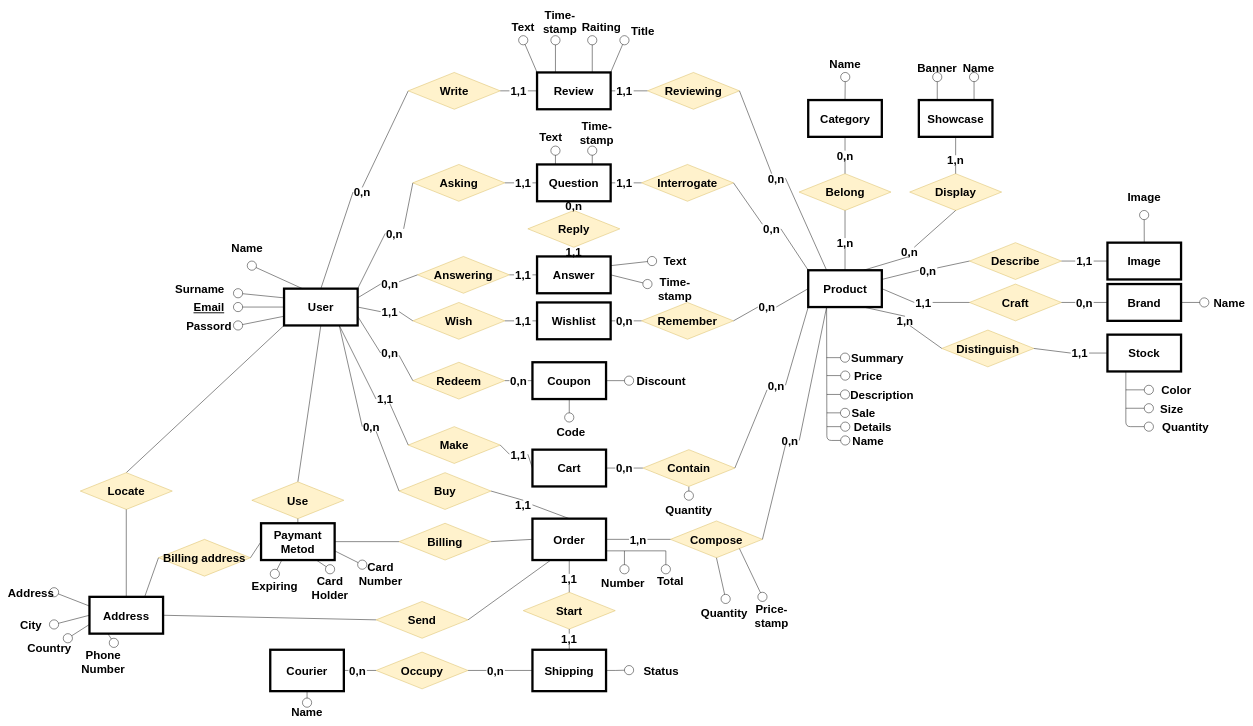
Coccio98/Tecnologie-del-web keeps this draw.io diagram as Tecnologie del web.drawio. Above is the earlier version. Source tidied: cells renumbered, new cells numbered last; positions are measured from the earlier drawing's top-left corner, leaving out a move shared by most shapes. Both pictures are drawn from the tidied source at 46%, with x=0, y=0 at pixel (22, 17).
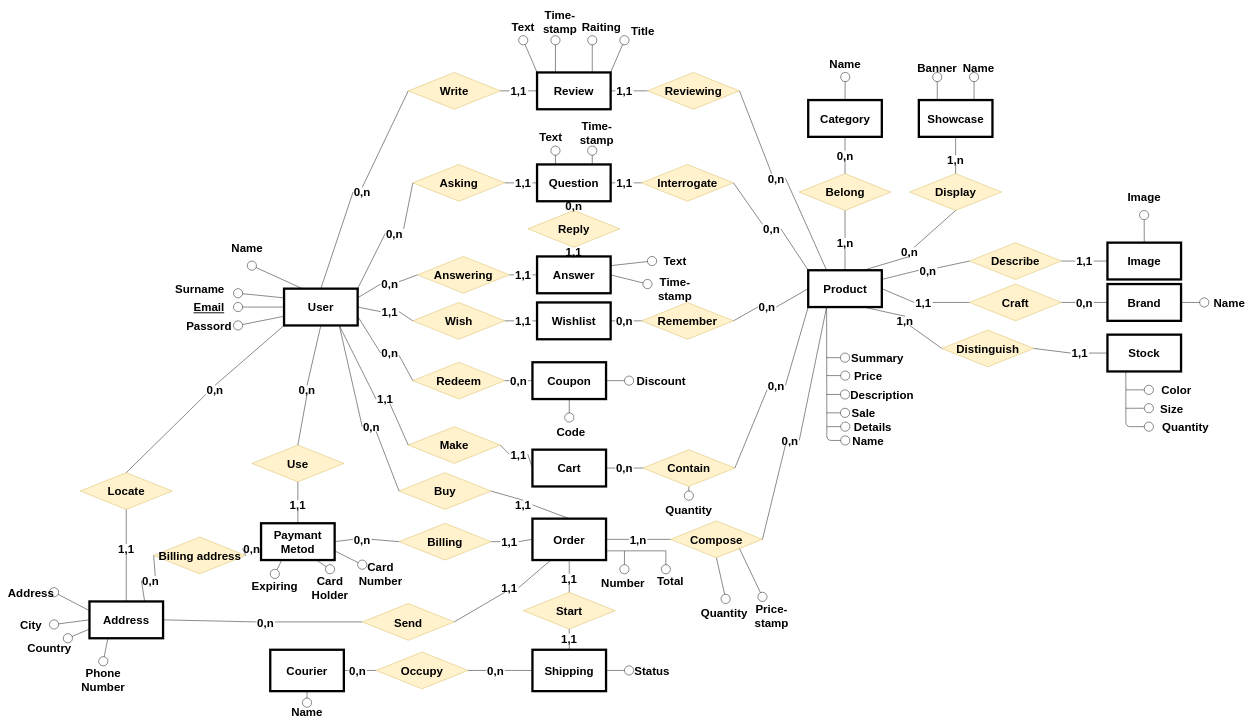
The same page after the edit.

The change refers to these unchanged cells:
```xml
<mxCell id="2" value="User" style="rounded=0;whiteSpace=wrap;html=1;fontSize=25;fontStyle=1;strokeWidth=5;" parent="1" vertex="1">
  <mxGeometry x="570" y="590" width="160" height="80" as="geometry" />
</mxCell>
<mxCell id="14" value="Paymant Metod" style="rounded=0;whiteSpace=wrap;html=1;fontSize=25;fontStyle=1;strokeWidth=5;" parent="1" vertex="1">
  <mxGeometry x="520" y="1100" width="160" height="80" as="geometry" />
</mxCell>
<mxCell id="17" value="Order" style="rounded=0;whiteSpace=wrap;html=1;fontSize=25;fontStyle=1;strokeWidth=5;" parent="1" vertex="1">
  <mxGeometry x="1110" y="1090" width="160" height="90" as="geometry" />
</mxCell>
<mxCell id="39" value="Shipping" style="rounded=0;whiteSpace=wrap;html=1;fontSize=25;fontStyle=1;strokeWidth=5;" parent="1" vertex="1">
  <mxGeometry x="1110" y="1375" width="160" height="90" as="geometry" />
</mxCell>
<mxCell id="67" value="Billing" style="rhombus;whiteSpace=wrap;html=1;fontSize=25;fontStyle=1;fillColor=#fff2cc;strokeColor=#d6b656;" parent="1" vertex="1">
  <mxGeometry x="820" y="1100" width="200" height="80" as="geometry" />
</mxCell>
<mxCell id="69" value="Locate" style="rhombus;whiteSpace=wrap;html=1;fontSize=25;fontStyle=1;fillColor=#fff2cc;strokeColor=#d6b656;" parent="1" vertex="1">
  <mxGeometry x="127" y="990" width="200" height="80" as="geometry" />
</mxCell>
```

Diff of the diagram source:
```diff
@@
     <mxCell id="12" value="Address" style="rounded=0;whiteSpace=wrap;html=1;fontSize=25;fontStyle=1;strokeWidth=5;" parent="1" vertex="1">
-      <mxGeometry x="147" y="1260" width="160" height="80" as="geometry" />
+      <mxGeometry x="147" y="1270" width="160" height="80" as="geometry" />
     </mxCell>
-    <mxCell id="13" style="endArrow=none;html=1;entryX=0;entryY=1;entryDx=0;entryDy=0;exitX=0.5;exitY=0;exitDx=0;exitDy=0;fontSize=25;fontStyle=1;" parent="1" edge="1" source="69" target="2">
+    <mxCell id="13" style="endArrow=none;html=1;entryX=0;entryY=1;entryDx=0;entryDy=0;exitX=0.5;exitY=0;exitDx=0;exitDy=0;fontSize=25;fontStyle=1;" parent="1" edge="1" source="267" target="2">
       <mxGeometry relative="1" as="geometry" />
     </mxCell>
@@
-    <mxCell id="15" style="endArrow=none;html=1;entryX=0.5;entryY=1;entryDx=0;entryDy=0;exitX=0.5;exitY=0;exitDx=0;exitDy=0;fontSize=25;fontStyle=1;" parent="1" edge="1" source="65" target="2">
+    <mxCell id="15" style="endArrow=none;html=1;entryX=0.5;entryY=1;entryDx=0;entryDy=0;exitX=0.5;exitY=0;exitDx=0;exitDy=0;fontSize=25;fontStyle=1;" parent="1" edge="1" source="263" target="2">
       <mxGeometry relative="1" as="geometry" />
     </mxCell>
@@
-    <mxCell id="19" style="endArrow=none;html=1;exitX=1;exitY=0.5;exitDx=0;exitDy=0;entryX=0;entryY=0.5;entryDx=0;entryDy=0;fontSize=25;fontStyle=1;" parent="1" edge="1" source="67" target="17">
+    <mxCell id="19" style="endArrow=none;html=1;exitX=1;exitY=0.5;exitDx=0;exitDy=0;entryX=0;entryY=0.5;entryDx=0;entryDy=0;fontSize=25;fontStyle=1;" parent="1" edge="1" source="259" target="17">
       <mxGeometry relative="1" as="geometry" />
     </mxCell>
-    <mxCell id="20" style="endArrow=none;html=1;exitX=1;exitY=0.5;exitDx=0;exitDy=0;fontSize=25;fontStyle=1;entryX=0.25;entryY=1;entryDx=0;entryDy=0;" parent="1" edge="1" source="71" target="17">
+    <mxCell id="20" style="endArrow=none;html=1;exitX=1;exitY=0.5;exitDx=0;exitDy=0;fontSize=25;fontStyle=1;entryX=0.25;entryY=1;entryDx=0;entryDy=0;" parent="1" edge="1" source="273" target="17">
       <mxGeometry relative="1" as="geometry" />
     </mxCell>
@@
-    <mxCell id="38" style="edgeStyle=orthogonalEdgeStyle;rounded=0;jettySize=auto;html=1;exitX=1;exitY=0.5;exitDx=0;exitDy=0;startArrow=none;startFill=0;startSize=6;endArrow=oval;endFill=0;endSize=20;strokeColor=#000000;fontSize=25;fontColor=#000000;fontStyle=1;" parent="1" edge="1" source="39">
-      <mxGeometry relative="1" as="geometry">
-        <mxPoint x="1320" y="1419.3" as="targetPoint" />
-      </mxGeometry>
-    </mxCell>
@@
     <mxCell id="65" value="Use" style="rhombus;whiteSpace=wrap;html=1;fontSize=25;fontStyle=1;fillColor=#fff2cc;strokeColor=#d6b656;" parent="1" vertex="1">
-      <mxGeometry x="500" y="1010" width="200" height="80" as="geometry" />
+      <mxGeometry x="500" y="930" width="200" height="80" as="geometry" />
     </mxCell>
-    <mxCell id="66" style="endArrow=none;html=1;entryX=0.5;entryY=1;entryDx=0;entryDy=0;exitX=0.5;exitY=0;exitDx=0;exitDy=0;fontSize=25;fontStyle=1;fillColor=#fff2cc;strokeColor=#000000;fontColor=#000000;" parent="1" edge="1" source="14" target="65">
+    <mxCell id="66" style="endArrow=none;html=1;entryX=0.5;entryY=1;entryDx=0;entryDy=0;exitX=0.5;exitY=0;exitDx=0;exitDy=0;fontSize=25;fontStyle=1;fillColor=#fff2cc;strokeColor=#000000;fontColor=#000000;" parent="1" edge="1" source="265" target="65">
       <mxGeometry relative="1" as="geometry" />
     </mxCell>
@@
-    <mxCell id="68" style="endArrow=none;html=1;exitX=1;exitY=0.5;exitDx=0;exitDy=0;entryX=0;entryY=0.5;entryDx=0;entryDy=0;fontSize=25;fontStyle=1;" parent="1" edge="1" source="14" target="67">
+    <mxCell id="68" style="endArrow=none;html=1;exitX=1;exitY=0.5;exitDx=0;exitDy=0;entryX=0;entryY=0.5;entryDx=0;entryDy=0;fontSize=25;fontStyle=1;" parent="1" edge="1" source="261" target="67">
       <mxGeometry relative="1" as="geometry" />
     </mxCell>
@@
-    <mxCell id="70" style="endArrow=none;html=1;entryX=0.5;entryY=1;entryDx=0;entryDy=0;exitX=0.5;exitY=0;exitDx=0;exitDy=0;fontSize=25;fontStyle=1;" parent="1" edge="1" source="12" target="69">
+    <mxCell id="70" style="endArrow=none;html=1;entryX=0.5;entryY=1;entryDx=0;entryDy=0;exitX=0.5;exitY=0;exitDx=0;exitDy=0;fontSize=25;fontStyle=1;" parent="1" edge="1" source="269" target="69">
       <mxGeometry relative="1" as="geometry" />
     </mxCell>
     <mxCell id="71" value="Send" style="rhombus;whiteSpace=wrap;html=1;fontSize=25;fontStyle=1;fillColor=#fff2cc;strokeColor=#d6b656;" parent="1" vertex="1">
-      <mxGeometry x="770" y="1270" width="200" height="80" as="geometry" />
+      <mxGeometry x="740" y="1274.5" width="200" height="80" as="geometry" />
     </mxCell>
-    <mxCell id="72" style="endArrow=none;html=1;exitX=1;exitY=0.5;exitDx=0;exitDy=0;entryX=0;entryY=0.5;entryDx=0;entryDy=0;fontSize=25;fontStyle=1;" parent="1" edge="1" source="12" target="71">
+    <mxCell id="72" style="endArrow=none;html=1;exitX=1;exitY=0.5;exitDx=0;exitDy=0;entryX=0;entryY=0.5;entryDx=0;entryDy=0;fontSize=25;fontStyle=1;" parent="1" edge="1" source="271" target="71">
       <mxGeometry relative="1" as="geometry" />
     </mxCell>
@@
-    <mxCell id="122" style="endArrow=none;html=1;fontSize=25;startArrow=oval;startFill=0;startSize=20;entryX=0.25;entryY=1;entryDx=0;entryDy=0;fontStyle=1;" parent="1" edge="1" target="12">
-      <mxGeometry relative="1" as="geometry">
-        <mxPoint x="200" y="1360" as="sourcePoint" />
-      </mxGeometry>
+    <mxCell id="122" style="endArrow=none;html=1;fontSize=25;startArrow=oval;startFill=0;startSize=20;entryX=0.25;entryY=1;entryDx=0;entryDy=0;fontStyle=1;exitX=0.5;exitY=0;exitDx=0;exitDy=0;" parent="1" edge="1" source="125" target="12">
+      <mxGeometry relative="1" as="geometry" />
     </mxCell>
@@
     <mxCell id="125" value="Phone Number" style="text;html=1;strokeColor=none;fillColor=none;align=center;verticalAlign=middle;whiteSpace=wrap;rounded=0;fontSize=25;fontColor=#000000;fontStyle=1;" parent="1" vertex="1">
-      <mxGeometry x="157" y="1390" width="40" height="20" as="geometry" />
+      <mxGeometry x="157" y="1400" width="40" height="80" as="geometry" />
     </mxCell>
@@
     <mxCell id="132" value="Billing address" style="rhombus;whiteSpace=wrap;html=1;fontSize=25;fontStyle=1;fillColor=#fff2cc;strokeColor=#d6b656;" parent="1" vertex="1">
-      <mxGeometry x="297" y="1135" width="200" height="80" as="geometry" />
+      <mxGeometry x="286.5" y="1130" width="200" height="80" as="geometry" />
     </mxCell>
-    <mxCell id="133" style="endArrow=none;html=1;strokeColor=#000000;fontSize=25;fontColor=#000000;entryX=0;entryY=0.5;entryDx=0;entryDy=0;exitX=1;exitY=0.5;exitDx=0;exitDy=0;fontStyle=1;" parent="1" edge="1" source="132" target="14">
+    <mxCell id="133" style="endArrow=none;html=1;strokeColor=#000000;fontSize=25;fontColor=#000000;entryX=0;entryY=0.5;entryDx=0;entryDy=0;exitX=1;exitY=0.5;exitDx=0;exitDy=0;fontStyle=1;" parent="1" edge="1" source="275" target="14">
       <mxGeometry relative="1" as="geometry" />
     </mxCell>
-    <mxCell id="134" style="endArrow=none;html=1;strokeColor=#000000;fontSize=25;fontColor=#000000;entryX=0;entryY=0.5;entryDx=0;entryDy=0;exitX=0.75;exitY=0;exitDx=0;exitDy=0;fontStyle=1;" parent="1" edge="1" source="12" target="132">
+    <mxCell id="134" style="endArrow=none;html=1;strokeColor=#000000;fontSize=25;fontColor=#000000;entryX=0;entryY=0.5;entryDx=0;entryDy=0;exitX=0.75;exitY=0;exitDx=0;exitDy=0;fontStyle=1;" parent="1" edge="1" source="277" target="132">
       <mxGeometry relative="1" as="geometry" />
     </mxCell>
     <mxCell id="135" value="Status" style="text;html=1;strokeColor=none;fillColor=none;align=center;verticalAlign=middle;whiteSpace=wrap;rounded=0;fontSize=25;fontStyle=1;" parent="1" vertex="1">
-      <mxGeometry x="1370" y="1410" width="40" height="20" as="geometry" />
+      <mxGeometry x="1320" y="1410" width="100" height="20" as="geometry" />
     </mxCell>
@@
+    <mxCell id="259" value="1,1" style="text;html=1;strokeColor=none;fillColor=none;align=center;verticalAlign=middle;whiteSpace=wrap;rounded=0;fontSize=25;fontStyle=1;" parent="1" vertex="1">
+      <mxGeometry x="1040" y="1130" width="40" height="20" as="geometry" />
+    </mxCell>
+    <mxCell id="260" style="endArrow=none;html=1;exitX=1;exitY=0.5;exitDx=0;exitDy=0;entryX=0;entryY=0.5;entryDx=0;entryDy=0;fontSize=25;fontStyle=1;" parent="1" edge="1" source="67" target="259">
+      <mxGeometry relative="1" as="geometry" />
+    </mxCell>
+    <mxCell id="261" value="0,n" style="text;html=1;strokeColor=none;fillColor=none;align=center;verticalAlign=middle;whiteSpace=wrap;rounded=0;fontSize=25;fontStyle=1;" parent="1" vertex="1">
+      <mxGeometry x="720" y="1125" width="40" height="20" as="geometry" />
+    </mxCell>
+    <mxCell id="262" style="endArrow=none;html=1;exitX=1;exitY=0.5;exitDx=0;exitDy=0;entryX=0;entryY=0.5;entryDx=0;entryDy=0;fontSize=25;fontStyle=1;" parent="1" edge="1" source="14" target="261">
+      <mxGeometry relative="1" as="geometry" />
+    </mxCell>
+    <mxCell id="263" value="0,n" style="text;html=1;strokeColor=none;fillColor=none;align=center;verticalAlign=middle;whiteSpace=wrap;rounded=0;fontSize=25;fontStyle=1;" parent="1" vertex="1">
+      <mxGeometry x="600" y="800" width="40" height="20" as="geometry" />
+    </mxCell>
+    <mxCell id="264" style="endArrow=none;html=1;entryX=0.5;entryY=1;entryDx=0;entryDy=0;exitX=0.5;exitY=0;exitDx=0;exitDy=0;fontSize=25;fontStyle=1;" parent="1" edge="1" source="65" target="263">
+      <mxGeometry relative="1" as="geometry" />
+    </mxCell>
+    <mxCell id="265" value="1,1" style="text;html=1;strokeColor=none;fillColor=none;align=center;verticalAlign=middle;whiteSpace=wrap;rounded=0;fontSize=25;fontStyle=1;" parent="1" vertex="1">
+      <mxGeometry x="580" y="1050" width="40" height="20" as="geometry" />
+    </mxCell>
+    <mxCell id="266" style="endArrow=none;html=1;entryX=0.5;entryY=1;entryDx=0;entryDy=0;exitX=0.5;exitY=0;exitDx=0;exitDy=0;fontSize=25;fontStyle=1;fillColor=#fff2cc;strokeColor=#000000;fontColor=#000000;" parent="1" edge="1" source="14" target="265">
+      <mxGeometry relative="1" as="geometry" />
+    </mxCell>
+    <mxCell id="267" value="0,n" style="text;html=1;strokeColor=none;fillColor=none;align=center;verticalAlign=middle;whiteSpace=wrap;rounded=0;fontSize=25;fontStyle=1;" parent="1" vertex="1">
+      <mxGeometry x="400" y="800" width="40" height="20" as="geometry" />
+    </mxCell>
+    <mxCell id="268" style="endArrow=none;html=1;entryX=0;entryY=1;entryDx=0;entryDy=0;exitX=0.5;exitY=0;exitDx=0;exitDy=0;fontSize=25;fontStyle=1;" parent="1" edge="1" source="69" target="267">
+      <mxGeometry relative="1" as="geometry" />
+    </mxCell>
+    <mxCell id="269" value="1,1" style="text;html=1;strokeColor=none;fillColor=none;align=center;verticalAlign=middle;whiteSpace=wrap;rounded=0;fontSize=25;fontStyle=1;" parent="1" vertex="1">
+      <mxGeometry x="207" y="1145" width="40" height="20" as="geometry" />
+    </mxCell>
+    <mxCell id="270" style="endArrow=none;html=1;entryX=0.5;entryY=1;entryDx=0;entryDy=0;exitX=0.5;exitY=0;exitDx=0;exitDy=0;fontSize=25;fontStyle=1;" parent="1" edge="1" source="12" target="269">
+      <mxGeometry relative="1" as="geometry" />
+    </mxCell>
+    <mxCell id="271" value="0,n" style="text;html=1;strokeColor=none;fillColor=none;align=center;verticalAlign=middle;whiteSpace=wrap;rounded=0;fontSize=25;fontStyle=1;" parent="1" vertex="1">
+      <mxGeometry x="510" y="1304.5" width="40" height="20" as="geometry" />
+    </mxCell>
+    <mxCell id="272" style="endArrow=none;html=1;exitX=1;exitY=0.5;exitDx=0;exitDy=0;entryX=0;entryY=0.5;entryDx=0;entryDy=0;fontSize=25;fontStyle=1;" parent="1" edge="1" source="12" target="271">
+      <mxGeometry relative="1" as="geometry" />
+    </mxCell>
+    <mxCell id="273" value="1,1" style="text;html=1;strokeColor=none;fillColor=none;align=center;verticalAlign=middle;whiteSpace=wrap;rounded=0;fontSize=25;fontStyle=1;" parent="1" vertex="1">
+      <mxGeometry x="1040" y="1230" width="40" height="20" as="geometry" />
+    </mxCell>
+    <mxCell id="274" style="endArrow=none;html=1;exitX=1;exitY=0.5;exitDx=0;exitDy=0;fontSize=25;fontStyle=1;entryX=0.25;entryY=1;entryDx=0;entryDy=0;" parent="1" edge="1" source="71" target="273">
+      <mxGeometry relative="1" as="geometry" />
+    </mxCell>
+    <mxCell id="275" value="0,n" style="text;html=1;strokeColor=none;fillColor=none;align=center;verticalAlign=middle;whiteSpace=wrap;rounded=0;fontSize=25;fontStyle=1;" parent="1" vertex="1">
+      <mxGeometry x="480" y="1145" width="40" height="20" as="geometry" />
+    </mxCell>
+    <mxCell id="276" style="endArrow=none;html=1;strokeColor=#000000;fontSize=25;fontColor=#000000;entryX=0;entryY=0.5;entryDx=0;entryDy=0;exitX=1;exitY=0.5;exitDx=0;exitDy=0;fontStyle=1;" parent="1" edge="1" source="132" target="275">
+      <mxGeometry relative="1" as="geometry" />
+    </mxCell>
+    <mxCell id="277" value="0,n" style="text;html=1;strokeColor=none;fillColor=none;align=center;verticalAlign=middle;whiteSpace=wrap;rounded=0;fontSize=25;fontStyle=1;" parent="1" vertex="1">
+      <mxGeometry x="260" y="1215" width="40" height="20" as="geometry" />
+    </mxCell>
+    <mxCell id="278" style="endArrow=none;html=1;strokeColor=#000000;fontSize=25;fontColor=#000000;entryX=0;entryY=0.5;entryDx=0;entryDy=0;exitX=0.75;exitY=0;exitDx=0;exitDy=0;fontStyle=1;" parent="1" edge="1" source="12" target="277">
+      <mxGeometry relative="1" as="geometry" />
+    </mxCell>
+    <mxCell id="279" style="endArrow=none;html=1;fontSize=15;entryX=1;entryY=0.5;entryDx=0;entryDy=0;startArrow=oval;startFill=0;strokeWidth=1;startSize=20;exitX=0;exitY=0.5;exitDx=0;exitDy=0;" parent="1" edge="1" source="135" target="39">
+      <mxGeometry relative="1" as="geometry" />
+    </mxCell>
```
